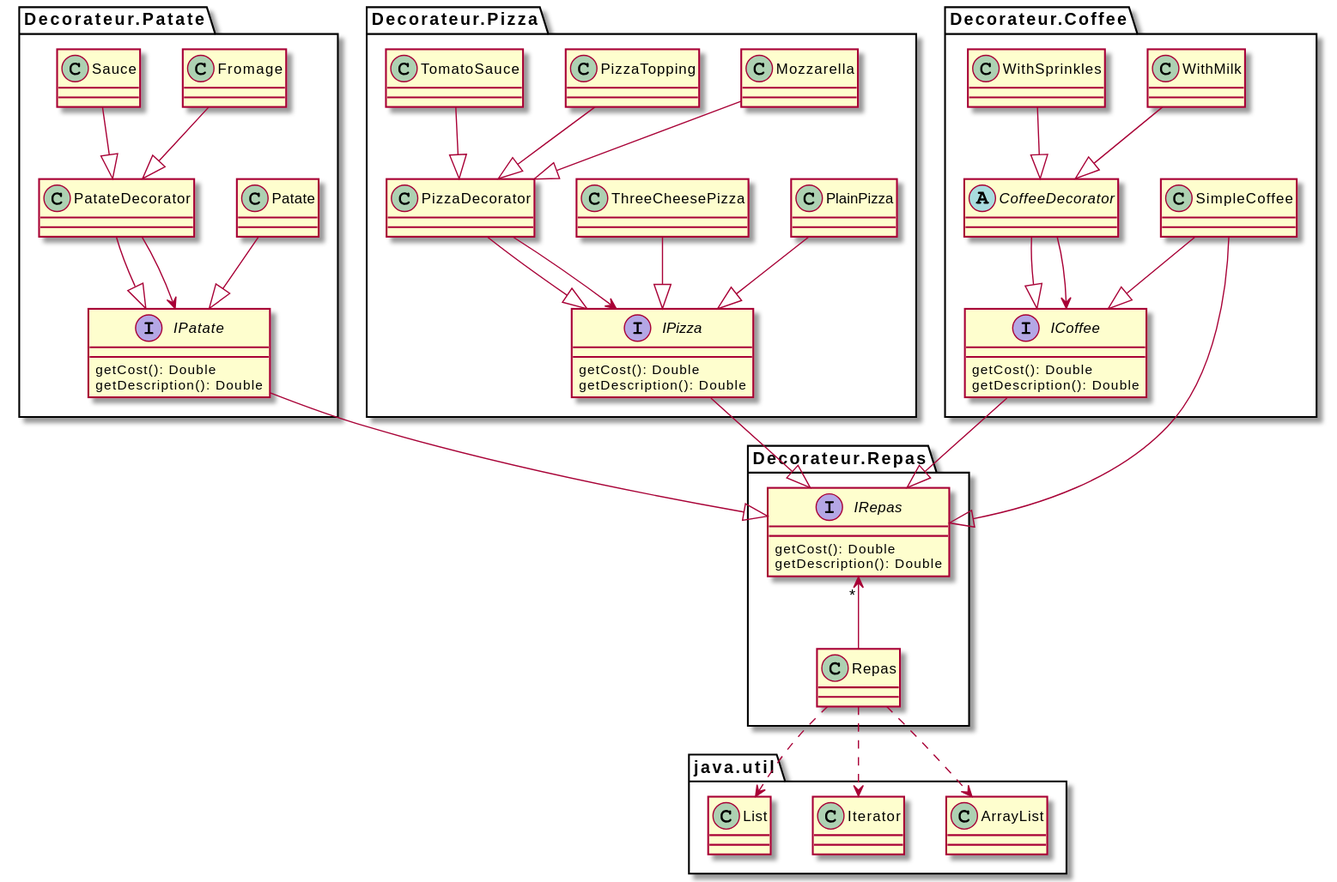
Earlier version of the PlantUML export src/main/java/Decorateur/Repas/README-generated/Diagramme de classe.svg (yvanross/LOG121-C04-decorateur-solution).
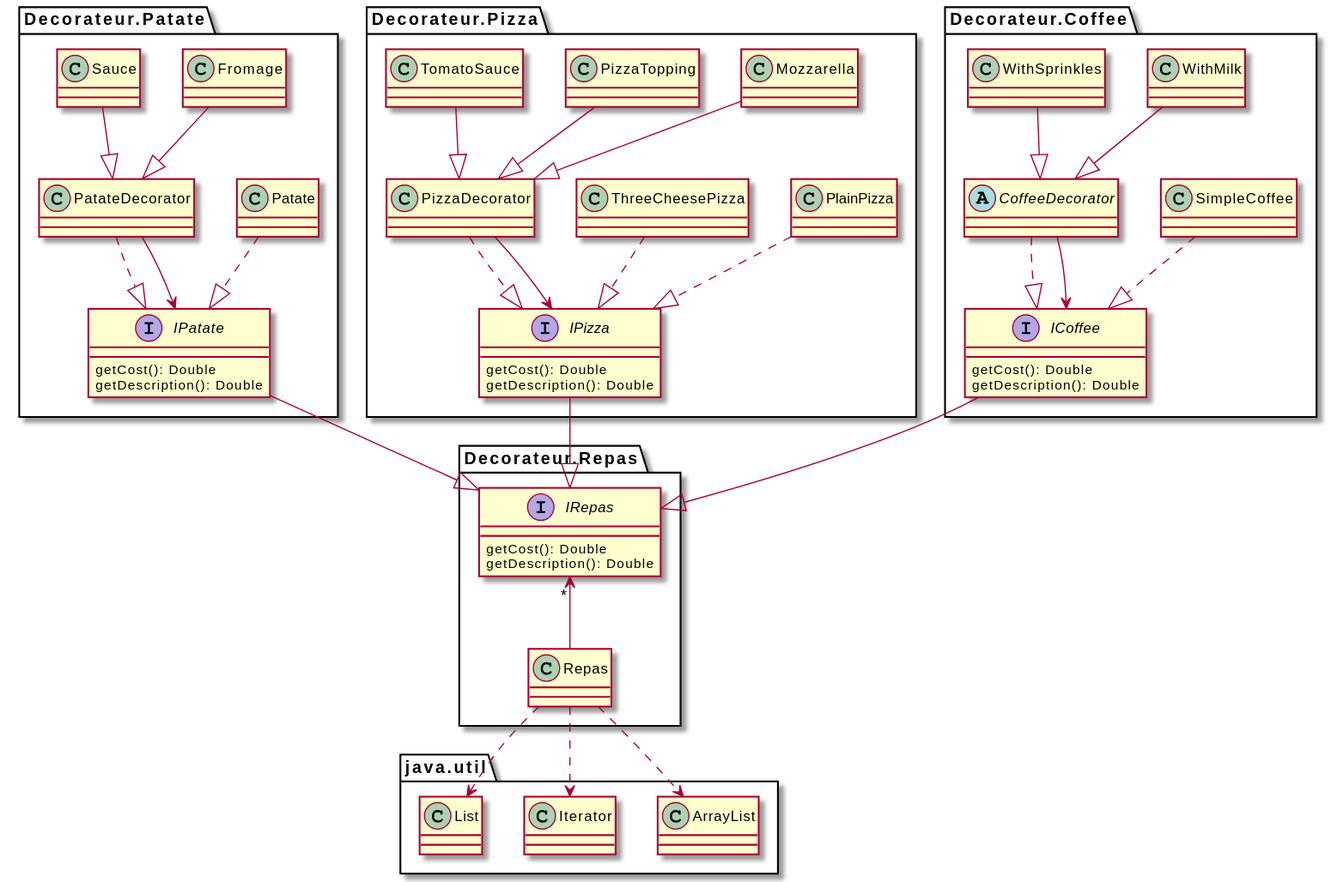
After the change.

What changed in the source:
```diff
@@ -33,20 +33,19 @@
     getCost(): Double
     getDescription(): Double
 }
-Decorateur.Coffee.CoffeeDecorator --|> Decorateur.Coffee.ICoffee
-Decorateur.Coffee.SimpleCoffee --|> Decorateur.Coffee.ICoffee
-Decorateur.Coffee.SimpleCoffee --|> Decorateur.Repas.IRepas
+Decorateur.Coffee.CoffeeDecorator ..|> Decorateur.Coffee.ICoffee
+Decorateur.Coffee.SimpleCoffee ..|> Decorateur.Coffee.ICoffee
 Decorateur.Coffee.WithMilk --|> Decorateur.Coffee.CoffeeDecorator
 Decorateur.Coffee.WithSprinkles --|> Decorateur.Coffee.CoffeeDecorator
 Decorateur.Patate.Fromage --|> Decorateur.Patate.PatateDecorator
-Decorateur.Patate.Patate --|> Decorateur.Patate.IPatate
-Decorateur.Patate.PatateDecorator --|> Decorateur.Patate.IPatate
+Decorateur.Patate.Patate ..|> Decorateur.Patate.IPatate
+Decorateur.Patate.PatateDecorator ..|> Decorateur.Patate.IPatate
 Decorateur.Patate.Sauce --|> Decorateur.Patate.PatateDecorator
 Decorateur.Pizza.Mozzarella --|> Decorateur.Pizza.PizzaDecorator
-Decorateur.Pizza.PizzaDecorator --|> Decorateur.Pizza.IPizza
+Decorateur.Pizza.PizzaDecorator ..|> Decorateur.Pizza.IPizza
 Decorateur.Pizza.PizzaTopping --|> Decorateur.Pizza.PizzaDecorator
-Decorateur.Pizza.PlainPizza --|> Decorateur.Pizza.IPizza
-Decorateur.Pizza.ThreeCheesePizza --|> Decorateur.Pizza.IPizza
+Decorateur.Pizza.PlainPizza ..|> Decorateur.Pizza.IPizza
+Decorateur.Pizza.ThreeCheesePizza ..|> Decorateur.Pizza.IPizza
 Decorateur.Pizza.TomatoSauce --|> Decorateur.Pizza.PizzaDecorator
 Decorateur.Repas.Repas ..> java.util.ArrayList
 Decorateur.Repas.Repas ..> java.util.Iterator
```
